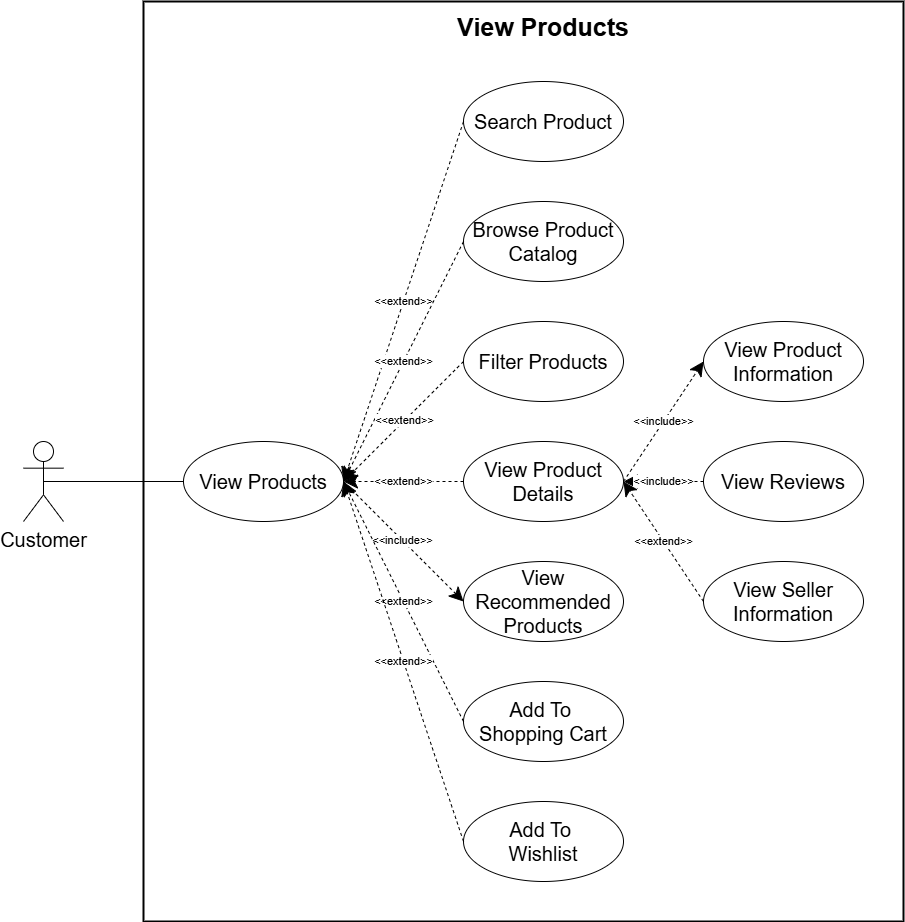
This is docs/usecases/detailed/view_products.drawio.png from Thu-sunrise/cloud_computing, a draw.io export, as it was before one commit. Source tidied: cells renumbered, new cells last; positions are measured from the earlier drawing's top-left corner, leaving out a move shared by most shapes. The source it was exported from:
```xml
<mxGraphModel background="#ffffff">
  <root>
    <mxCell id="0" />
    <mxCell id="1" parent="0" />
    <mxCell id="2" style="rounded=0;whiteSpace=wrap;html=1;strokeWidth=2;" parent="1" vertex="1">
      <mxGeometry x="120" width="760" height="920" as="geometry" />
    </mxCell>
    <mxCell id="3" value="&lt;font&gt;Search Product&lt;/font&gt;" style="ellipse;whiteSpace=wrap;html=1;fontSize=20;" parent="1" vertex="1">
      <mxGeometry x="440" y="80" width="160" height="80" as="geometry" />
    </mxCell>
    <mxCell id="4" value="&lt;font&gt;Browse Product Catalog&lt;/font&gt;" style="ellipse;whiteSpace=wrap;html=1;fontSize=20;" parent="1" vertex="1">
      <mxGeometry x="440" y="200" width="160" height="80" as="geometry" />
    </mxCell>
    <mxCell id="5" value="&lt;font&gt;Filter Products&lt;/font&gt;" style="ellipse;whiteSpace=wrap;html=1;fontSize=20;" parent="1" vertex="1">
      <mxGeometry x="440" y="320" width="160" height="80" as="geometry" />
    </mxCell>
    <mxCell id="6" value="&lt;font&gt;View Product Details&lt;/font&gt;" style="ellipse;whiteSpace=wrap;html=1;fontSize=20;" parent="1" vertex="1">
      <mxGeometry x="440" y="440" width="160" height="80" as="geometry" />
    </mxCell>
    <mxCell id="7" value="&lt;font&gt;View Recommended Products&lt;/font&gt;" style="ellipse;whiteSpace=wrap;html=1;fontSize=20;" parent="1" vertex="1">
      <mxGeometry x="440" y="560" width="160" height="80" as="geometry" />
    </mxCell>
    <mxCell id="8" value="&lt;font&gt;View Reviews&lt;/font&gt;" style="ellipse;whiteSpace=wrap;html=1;fontSize=20;" parent="1" vertex="1">
      <mxGeometry x="680" y="440" width="160" height="80" as="geometry" />
    </mxCell>
    <mxCell id="9" value="&lt;font&gt;View Seller Information&lt;/font&gt;" style="ellipse;whiteSpace=wrap;html=1;fontSize=20;" parent="1" vertex="1">
      <mxGeometry x="680" y="560" width="160" height="80" as="geometry" />
    </mxCell>
    <mxCell id="10" value="&lt;span&gt;Add To&amp;nbsp;&lt;/span&gt;&lt;div&gt;&lt;span&gt;Shopping Cart&lt;/span&gt;&lt;/div&gt;" style="ellipse;whiteSpace=wrap;html=1;fontSize=20;" parent="1" vertex="1">
      <mxGeometry x="440" y="680" width="160" height="80" as="geometry" />
    </mxCell>
    <mxCell id="11" style="rounded=0;jettySize=auto;html=1;exitX=0.5;exitY=0.5;exitDx=0;exitDy=0;exitPerimeter=0;entryX=0;entryY=0.5;entryDx=0;entryDy=0;endArrow=none;endFill=0;" parent="1" edge="1" source="12" target="13">
      <mxGeometry relative="1" as="geometry" />
    </mxCell>
    <mxCell id="12" value="&lt;font style=&quot;font-size: 20px;&quot;&gt;Customer&lt;/font&gt;" style="shape=umlActor;verticalLabelPosition=bottom;verticalAlign=top;html=1;" parent="1" vertex="1">
      <mxGeometry y="440" width="40" height="80" as="geometry" />
    </mxCell>
    <mxCell id="13" value="&lt;font&gt;View Products&lt;/font&gt;" style="ellipse;whiteSpace=wrap;html=1;fontSize=20;" parent="1" vertex="1">
      <mxGeometry x="160" y="440" width="160" height="80" as="geometry" />
    </mxCell>
    <mxCell id="14" value="&amp;lt;&amp;lt;include&amp;gt;&amp;gt;" style="endArrow=classic;endSize=12;dashed=1;html=1;rounded=0;entryX=1;entryY=0.5;entryDx=0;entryDy=0;endFill=1;exitX=0;exitY=0.5;exitDx=0;exitDy=0;" parent="1" edge="1" source="8" target="6">
      <mxGeometry relative="1" as="geometry" />
    </mxCell>
    <mxCell id="15" value="&amp;lt;&amp;lt;extend&amp;gt;&amp;gt;" style="endArrow=classic;endSize=12;dashed=1;html=1;rounded=0;exitX=0;exitY=0.5;exitDx=0;exitDy=0;entryX=1;entryY=0.5;entryDx=0;entryDy=0;endFill=1;" parent="1" edge="1" source="9" target="6">
      <mxGeometry relative="1" as="geometry" />
    </mxCell>
    <mxCell id="16" value="&amp;lt;&amp;lt;extend&amp;gt;&amp;gt;" style="endArrow=classic;endSize=12;dashed=1;html=1;rounded=0;exitX=0;exitY=0.5;exitDx=0;exitDy=0;entryX=1;entryY=0.5;entryDx=0;entryDy=0;endFill=1;" parent="1" edge="1" source="3" target="13">
      <mxGeometry relative="1" as="geometry" />
    </mxCell>
    <mxCell id="17" value="&amp;lt;&amp;lt;extend&amp;gt;&amp;gt;" style="endArrow=classic;endSize=12;dashed=1;html=1;rounded=0;exitX=0;exitY=0.5;exitDx=0;exitDy=0;entryX=1;entryY=0.5;entryDx=0;entryDy=0;endFill=1;" parent="1" edge="1" source="4" target="13">
      <mxGeometry relative="1" as="geometry" />
    </mxCell>
    <mxCell id="18" value="&amp;lt;&amp;lt;extend&amp;gt;&amp;gt;" style="endArrow=classic;endSize=12;dashed=1;html=1;rounded=0;exitX=0;exitY=0.5;exitDx=0;exitDy=0;entryX=1;entryY=0.5;entryDx=0;entryDy=0;endFill=1;" parent="1" edge="1" source="5" target="13">
      <mxGeometry relative="1" as="geometry" />
    </mxCell>
    <mxCell id="19" value="&amp;lt;&amp;lt;extend&amp;gt;&amp;gt;" style="endArrow=classic;endSize=12;dashed=1;html=1;rounded=0;exitX=0;exitY=0.5;exitDx=0;exitDy=0;entryX=1;entryY=0.5;entryDx=0;entryDy=0;endFill=1;" parent="1" edge="1" source="6" target="13">
      <mxGeometry relative="1" as="geometry" />
    </mxCell>
    <mxCell id="20" value="&amp;lt;&amp;lt;include&amp;gt;&amp;gt;" style="endArrow=classic;endSize=12;dashed=1;html=1;rounded=0;exitX=1;exitY=0.5;exitDx=0;exitDy=0;entryX=0;entryY=0.5;entryDx=0;entryDy=0;endFill=1;" parent="1" edge="1" source="13" target="7">
      <mxGeometry relative="1" as="geometry" />
    </mxCell>
    <mxCell id="21" value="&amp;lt;&amp;lt;extend&amp;gt;&amp;gt;" style="endArrow=classic;endSize=12;dashed=1;html=1;rounded=0;exitX=0;exitY=0.5;exitDx=0;exitDy=0;entryX=1;entryY=0.5;entryDx=0;entryDy=0;endFill=1;" parent="1" edge="1" source="10" target="13">
      <mxGeometry relative="1" as="geometry" />
    </mxCell>
    <mxCell id="22" value="&lt;span&gt;View Product Information&lt;/span&gt;" style="ellipse;whiteSpace=wrap;html=1;fontSize=20;" parent="1" vertex="1">
      <mxGeometry x="680" y="320" width="160" height="80" as="geometry" />
    </mxCell>
    <mxCell id="23" value="&amp;lt;&amp;lt;include&amp;gt;&amp;gt;" style="endArrow=classic;endSize=12;dashed=1;html=1;rounded=0;exitX=1;exitY=0.5;exitDx=0;exitDy=0;entryX=0;entryY=0.5;entryDx=0;entryDy=0;endFill=1;" parent="1" edge="1" source="6" target="22">
      <mxGeometry relative="1" as="geometry" />
    </mxCell>
    <mxCell id="24" value="&lt;span&gt;Add To&amp;nbsp;&lt;/span&gt;&lt;div&gt;&lt;span&gt;Wishlist&lt;/span&gt;&lt;/div&gt;" style="ellipse;whiteSpace=wrap;html=1;fontSize=20;" parent="1" vertex="1">
      <mxGeometry x="440" y="800" width="160" height="80" as="geometry" />
    </mxCell>
    <mxCell id="25" value="&amp;lt;&amp;lt;extend&amp;gt;&amp;gt;" style="endArrow=classic;endSize=12;dashed=1;html=1;rounded=0;exitX=0;exitY=0.5;exitDx=0;exitDy=0;entryX=1;entryY=0.5;entryDx=0;entryDy=0;endFill=1;" parent="1" edge="1" source="24" target="13">
      <mxGeometry relative="1" as="geometry" />
    </mxCell>
    <mxCell id="26" value="&lt;font style=&quot;font-size: 25px;&quot;&gt;View Products&lt;/font&gt;" style="text;html=1;align=center;verticalAlign=middle;whiteSpace=wrap;rounded=0;fontStyle=1;" parent="1" vertex="1">
      <mxGeometry x="340" y="10" width="360" height="30" as="geometry" />
    </mxCell>
  </root>
</mxGraphModel>
```
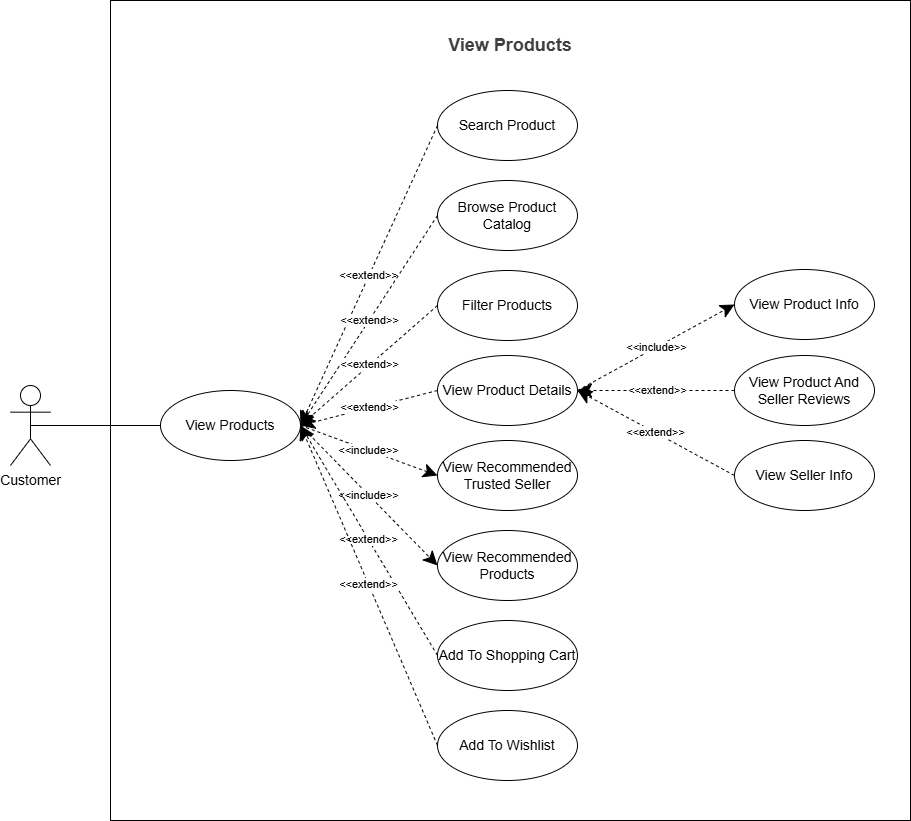
Above is the later version.

Commit message:
Manage Account use case and View Products use case update

The edit, as a diff of the source:
```diff
@@ -2,80 +2,88 @@
   <root>
     <mxCell id="0" />
     <mxCell id="1" parent="0" />
-    <mxCell id="2" style="rounded=0;whiteSpace=wrap;html=1;strokeWidth=2;" parent="1" vertex="1">
-      <mxGeometry x="120" width="760" height="920" as="geometry" />
-    </mxCell>
+    <mxCell id="26" style="rounded=0;whiteSpace=wrap;html=1;" parent="1" vertex="1">
+      <mxGeometry x="986" y="8" width="800" height="820" as="geometry" />
+    </mxCell>
-    <mxCell id="3" value="&lt;font&gt;Search Product&lt;/font&gt;" style="ellipse;whiteSpace=wrap;html=1;fontSize=20;" parent="1" vertex="1">
-      <mxGeometry x="440" y="80" width="160" height="80" as="geometry" />
+    <mxCell id="3" value="&lt;font style=&quot;font-size: 14px;&quot;&gt;Search Product&lt;/font&gt;" style="ellipse;whiteSpace=wrap;html=1;" parent="1" vertex="1">
+      <mxGeometry x="1313" y="98" width="140" height="70" as="geometry" />
     </mxCell>
-    <mxCell id="4" value="&lt;font&gt;Browse Product Catalog&lt;/font&gt;" style="ellipse;whiteSpace=wrap;html=1;fontSize=20;" parent="1" vertex="1">
-      <mxGeometry x="440" y="200" width="160" height="80" as="geometry" />
+    <mxCell id="4" value="&lt;font style=&quot;font-size: 14px;&quot;&gt;Browse Product Catalog&lt;/font&gt;" style="ellipse;whiteSpace=wrap;html=1;" parent="1" vertex="1">
+      <mxGeometry x="1313" y="188" width="140" height="70" as="geometry" />
     </mxCell>
-    <mxCell id="5" value="&lt;font&gt;Filter Products&lt;/font&gt;" style="ellipse;whiteSpace=wrap;html=1;fontSize=20;" parent="1" vertex="1">
-      <mxGeometry x="440" y="320" width="160" height="80" as="geometry" />
+    <mxCell id="5" value="&lt;font style=&quot;font-size: 14px;&quot;&gt;Filter Products&lt;/font&gt;" style="ellipse;whiteSpace=wrap;html=1;" parent="1" vertex="1">
+      <mxGeometry x="1313" y="278" width="140" height="70" as="geometry" />
     </mxCell>
-    <mxCell id="6" value="&lt;font&gt;View Product Details&lt;/font&gt;" style="ellipse;whiteSpace=wrap;html=1;fontSize=20;" parent="1" vertex="1">
-      <mxGeometry x="440" y="440" width="160" height="80" as="geometry" />
+    <mxCell id="6" value="&lt;font style=&quot;font-size: 14px;&quot;&gt;View Product Details&lt;/font&gt;" style="ellipse;whiteSpace=wrap;html=1;" parent="1" vertex="1">
+      <mxGeometry x="1313" y="363" width="140" height="70" as="geometry" />
     </mxCell>
-    <mxCell id="7" value="&lt;font&gt;View Recommended Products&lt;/font&gt;" style="ellipse;whiteSpace=wrap;html=1;fontSize=20;" parent="1" vertex="1">
-      <mxGeometry x="440" y="560" width="160" height="80" as="geometry" />
+    <mxCell id="7" value="&lt;font style=&quot;font-size: 14px;&quot;&gt;View Recommended Products&lt;/font&gt;" style="ellipse;whiteSpace=wrap;html=1;" parent="1" vertex="1">
+      <mxGeometry x="1313" y="538" width="140" height="70" as="geometry" />
     </mxCell>
-    <mxCell id="8" value="&lt;font&gt;View Reviews&lt;/font&gt;" style="ellipse;whiteSpace=wrap;html=1;fontSize=20;" parent="1" vertex="1">
-      <mxGeometry x="680" y="440" width="160" height="80" as="geometry" />
-    </mxCell>
-    <mxCell id="9" value="&lt;font&gt;View Seller Information&lt;/font&gt;" style="ellipse;whiteSpace=wrap;html=1;fontSize=20;" parent="1" vertex="1">
-      <mxGeometry x="680" y="560" width="160" height="80" as="geometry" />
-    </mxCell>
+    <mxCell id="27" value="&lt;font style=&quot;font-size: 14px;&quot;&gt;View Product And Seller Reviews&lt;/font&gt;" style="ellipse;whiteSpace=wrap;html=1;" parent="1" vertex="1">
+      <mxGeometry x="1610" y="363" width="140" height="70" as="geometry" />
+    </mxCell>
+    <mxCell id="28" value="&lt;font style=&quot;font-size: 14px;&quot;&gt;View Seller Info&lt;/font&gt;" style="ellipse;whiteSpace=wrap;html=1;" parent="1" vertex="1">
+      <mxGeometry x="1610" y="448" width="140" height="70" as="geometry" />
+    </mxCell>
+    <mxCell id="29" value="&lt;font style=&quot;font-size: 14px;&quot;&gt;View Recommended Trusted Seller&lt;/font&gt;" style="ellipse;whiteSpace=wrap;html=1;" parent="1" vertex="1">
+      <mxGeometry x="1313" y="448" width="140" height="70" as="geometry" />
+    </mxCell>
-    <mxCell id="10" value="&lt;span&gt;Add To&amp;nbsp;&lt;/span&gt;&lt;div&gt;&lt;span&gt;Shopping Cart&lt;/span&gt;&lt;/div&gt;" style="ellipse;whiteSpace=wrap;html=1;fontSize=20;" parent="1" vertex="1">
-      <mxGeometry x="440" y="680" width="160" height="80" as="geometry" />
+    <mxCell id="10" value="&lt;span style=&quot;font-size: 14px;&quot;&gt;Add To Shopping Cart&lt;/span&gt;" style="ellipse;whiteSpace=wrap;html=1;" parent="1" vertex="1">
+      <mxGeometry x="1313" y="628" width="140" height="70" as="geometry" />
     </mxCell>
-    <mxCell id="11" style="rounded=0;jettySize=auto;html=1;exitX=0.5;exitY=0.5;exitDx=0;exitDy=0;exitPerimeter=0;entryX=0;entryY=0.5;entryDx=0;entryDy=0;endArrow=none;endFill=0;" parent="1" edge="1" source="12" target="13">
-      <mxGeometry relative="1" as="geometry" />
-    </mxCell>
+    <mxCell id="30" style="rounded=0;jettySize=auto;html=1;exitX=0.5;exitY=0.5;exitDx=0;exitDy=0;exitPerimeter=0;entryX=0;entryY=0.5;entryDx=0;entryDy=0;endArrow=none;endFill=0;" parent="1" edge="1" source="12" target="31">
+      <mxGeometry relative="1" as="geometry" />
+    </mxCell>
-    <mxCell id="12" value="&lt;font style=&quot;font-size: 20px;&quot;&gt;Customer&lt;/font&gt;" style="shape=umlActor;verticalLabelPosition=bottom;verticalAlign=top;html=1;" parent="1" vertex="1">
-      <mxGeometry y="440" width="40" height="80" as="geometry" />
+    <mxCell id="12" value="&lt;span style=&quot;font-size: 14px;&quot;&gt;Customer&lt;/span&gt;" style="shape=umlActor;verticalLabelPosition=bottom;verticalAlign=top;html=1;" parent="1" vertex="1">
+      <mxGeometry x="886" y="393" width="40" height="80" as="geometry" />
     </mxCell>
-    <mxCell id="13" value="&lt;font&gt;View Products&lt;/font&gt;" style="ellipse;whiteSpace=wrap;html=1;fontSize=20;" parent="1" vertex="1">
-      <mxGeometry x="160" y="440" width="160" height="80" as="geometry" />
-    </mxCell>
-    <mxCell id="14" value="&amp;lt;&amp;lt;include&amp;gt;&amp;gt;" style="endArrow=classic;endSize=12;dashed=1;html=1;rounded=0;entryX=1;entryY=0.5;entryDx=0;entryDy=0;endFill=1;exitX=0;exitY=0.5;exitDx=0;exitDy=0;" parent="1" edge="1" source="8" target="6">
-      <mxGeometry relative="1" as="geometry" />
-    </mxCell>
-    <mxCell id="15" value="&amp;lt;&amp;lt;extend&amp;gt;&amp;gt;" style="endArrow=classic;endSize=12;dashed=1;html=1;rounded=0;exitX=0;exitY=0.5;exitDx=0;exitDy=0;entryX=1;entryY=0.5;entryDx=0;entryDy=0;endFill=1;" parent="1" edge="1" source="9" target="6">
-      <mxGeometry relative="1" as="geometry" />
-    </mxCell>
-    <mxCell id="16" value="&amp;lt;&amp;lt;extend&amp;gt;&amp;gt;" style="endArrow=classic;endSize=12;dashed=1;html=1;rounded=0;exitX=0;exitY=0.5;exitDx=0;exitDy=0;entryX=1;entryY=0.5;entryDx=0;entryDy=0;endFill=1;" parent="1" edge="1" source="3" target="13">
-      <mxGeometry relative="1" as="geometry" />
-    </mxCell>
-    <mxCell id="17" value="&amp;lt;&amp;lt;extend&amp;gt;&amp;gt;" style="endArrow=classic;endSize=12;dashed=1;html=1;rounded=0;exitX=0;exitY=0.5;exitDx=0;exitDy=0;entryX=1;entryY=0.5;entryDx=0;entryDy=0;endFill=1;" parent="1" edge="1" source="4" target="13">
-      <mxGeometry relative="1" as="geometry" />
-    </mxCell>
-    <mxCell id="18" value="&amp;lt;&amp;lt;extend&amp;gt;&amp;gt;" style="endArrow=classic;endSize=12;dashed=1;html=1;rounded=0;exitX=0;exitY=0.5;exitDx=0;exitDy=0;entryX=1;entryY=0.5;entryDx=0;entryDy=0;endFill=1;" parent="1" edge="1" source="5" target="13">
-      <mxGeometry relative="1" as="geometry" />
-    </mxCell>
-    <mxCell id="19" value="&amp;lt;&amp;lt;extend&amp;gt;&amp;gt;" style="endArrow=classic;endSize=12;dashed=1;html=1;rounded=0;exitX=0;exitY=0.5;exitDx=0;exitDy=0;entryX=1;entryY=0.5;entryDx=0;entryDy=0;endFill=1;" parent="1" edge="1" source="6" target="13">
-      <mxGeometry relative="1" as="geometry" />
-    </mxCell>
-    <mxCell id="20" value="&amp;lt;&amp;lt;include&amp;gt;&amp;gt;" style="endArrow=classic;endSize=12;dashed=1;html=1;rounded=0;exitX=1;exitY=0.5;exitDx=0;exitDy=0;entryX=0;entryY=0.5;entryDx=0;entryDy=0;endFill=1;" parent="1" edge="1" source="13" target="7">
-      <mxGeometry relative="1" as="geometry" />
-    </mxCell>
-    <mxCell id="21" value="&amp;lt;&amp;lt;extend&amp;gt;&amp;gt;" style="endArrow=classic;endSize=12;dashed=1;html=1;rounded=0;exitX=0;exitY=0.5;exitDx=0;exitDy=0;entryX=1;entryY=0.5;entryDx=0;entryDy=0;endFill=1;" parent="1" edge="1" source="10" target="13">
-      <mxGeometry relative="1" as="geometry" />
-    </mxCell>
-    <mxCell id="22" value="&lt;span&gt;View Product Information&lt;/span&gt;" style="ellipse;whiteSpace=wrap;html=1;fontSize=20;" parent="1" vertex="1">
-      <mxGeometry x="680" y="320" width="160" height="80" as="geometry" />
-    </mxCell>
-    <mxCell id="23" value="&amp;lt;&amp;lt;include&amp;gt;&amp;gt;" style="endArrow=classic;endSize=12;dashed=1;html=1;rounded=0;exitX=1;exitY=0.5;exitDx=0;exitDy=0;entryX=0;entryY=0.5;entryDx=0;entryDy=0;endFill=1;" parent="1" edge="1" source="6" target="22">
-      <mxGeometry relative="1" as="geometry" />
-    </mxCell>
+    <mxCell id="31" value="&lt;font style=&quot;font-size: 14px;&quot;&gt;View Products&lt;/font&gt;" style="ellipse;whiteSpace=wrap;html=1;" parent="1" vertex="1">
+      <mxGeometry x="1036" y="398" width="140" height="70" as="geometry" />
+    </mxCell>
+    <mxCell id="32" value="&amp;lt;&amp;lt;extend&amp;gt;&amp;gt;" style="endArrow=classic;endSize=12;dashed=1;html=1;rounded=0;exitX=0;exitY=0.5;exitDx=0;exitDy=0;entryX=1;entryY=0.5;entryDx=0;entryDy=0;endFill=1;" parent="1" edge="1" source="28" target="6">
+      <mxGeometry relative="1" as="geometry" />
+    </mxCell>
+    <mxCell id="33" value="&amp;lt;&amp;lt;extend&amp;gt;&amp;gt;" style="endArrow=classic;endSize=12;dashed=1;html=1;rounded=0;exitX=0;exitY=0.5;exitDx=0;exitDy=0;endFill=1;" parent="1" edge="1" source="3">
+      <mxGeometry relative="1" as="geometry">
+        <mxPoint x="1176" y="433" as="targetPoint" />
+      </mxGeometry>
+    </mxCell>
+    <mxCell id="34" value="&amp;lt;&amp;lt;extend&amp;gt;&amp;gt;" style="endArrow=classic;endSize=12;dashed=1;html=1;rounded=0;exitX=0;exitY=0.5;exitDx=0;exitDy=0;entryX=1;entryY=0.5;entryDx=0;entryDy=0;endFill=1;" parent="1" edge="1" source="4" target="31">
+      <mxGeometry relative="1" as="geometry" />
+    </mxCell>
+    <mxCell id="35" value="&amp;lt;&amp;lt;extend&amp;gt;&amp;gt;" style="endArrow=classic;endSize=12;dashed=1;html=1;rounded=0;exitX=0;exitY=0.5;exitDx=0;exitDy=0;entryX=1;entryY=0.5;entryDx=0;entryDy=0;endFill=1;" parent="1" edge="1" source="5" target="31">
+      <mxGeometry relative="1" as="geometry" />
+    </mxCell>
+    <mxCell id="36" value="&amp;lt;&amp;lt;extend&amp;gt;&amp;gt;" style="endArrow=classic;endSize=12;dashed=1;html=1;rounded=0;exitX=0;exitY=0.5;exitDx=0;exitDy=0;entryX=1;entryY=0.5;entryDx=0;entryDy=0;endFill=1;" parent="1" edge="1" source="6" target="31">
+      <mxGeometry relative="1" as="geometry" />
+    </mxCell>
+    <mxCell id="37" value="&amp;lt;&amp;lt;include&amp;gt;&amp;gt;" style="endArrow=classic;endSize=12;dashed=1;html=1;rounded=0;entryX=0;entryY=0.5;entryDx=0;entryDy=0;exitX=1;exitY=0.5;exitDx=0;exitDy=0;endFill=1;" parent="1" edge="1" source="31" target="29">
+      <mxGeometry relative="1" as="geometry" />
+    </mxCell>
+    <mxCell id="38" value="&amp;lt;&amp;lt;include&amp;gt;&amp;gt;" style="endArrow=classic;endSize=12;dashed=1;html=1;rounded=0;exitX=1;exitY=0.5;exitDx=0;exitDy=0;entryX=0;entryY=0.5;entryDx=0;entryDy=0;endFill=1;" parent="1" edge="1" source="31" target="7">
+      <mxGeometry relative="1" as="geometry" />
+    </mxCell>
+    <mxCell id="39" value="&amp;lt;&amp;lt;extend&amp;gt;&amp;gt;" style="endArrow=classic;endSize=12;dashed=1;html=1;rounded=0;exitX=0;exitY=0.5;exitDx=0;exitDy=0;endFill=1;entryX=1;entryY=0.5;entryDx=0;entryDy=0;" parent="1" edge="1" source="10" target="31">
+      <mxGeometry relative="1" as="geometry" />
+    </mxCell>
+    <mxCell id="40" value="&lt;span style=&quot;font-size: 14px;&quot;&gt;View Product Info&lt;/span&gt;" style="ellipse;whiteSpace=wrap;html=1;" parent="1" vertex="1">
+      <mxGeometry x="1610" y="277" width="140" height="70" as="geometry" />
+    </mxCell>
+    <mxCell id="41" value="&amp;lt;&amp;lt;include&amp;gt;&amp;gt;" style="endArrow=classic;endSize=12;dashed=1;html=1;rounded=0;exitX=1;exitY=0.5;exitDx=0;exitDy=0;entryX=0;entryY=0.5;entryDx=0;entryDy=0;endFill=1;" parent="1" edge="1" source="6" target="40">
+      <mxGeometry relative="1" as="geometry" />
+    </mxCell>
-    <mxCell id="24" value="&lt;span&gt;Add To&amp;nbsp;&lt;/span&gt;&lt;div&gt;&lt;span&gt;Wishlist&lt;/span&gt;&lt;/div&gt;" style="ellipse;whiteSpace=wrap;html=1;fontSize=20;" parent="1" vertex="1">
-      <mxGeometry x="440" y="800" width="160" height="80" as="geometry" />
+    <mxCell id="24" value="&lt;span style=&quot;font-size: 14px;&quot;&gt;Add To Wishlist&lt;/span&gt;" style="ellipse;whiteSpace=wrap;html=1;" parent="1" vertex="1">
+      <mxGeometry x="1313" y="718" width="140" height="70" as="geometry" />
     </mxCell>
-    <mxCell id="25" value="&amp;lt;&amp;lt;extend&amp;gt;&amp;gt;" style="endArrow=classic;endSize=12;dashed=1;html=1;rounded=0;exitX=0;exitY=0.5;exitDx=0;exitDy=0;entryX=1;entryY=0.5;entryDx=0;entryDy=0;endFill=1;" parent="1" edge="1" source="24" target="13">
-      <mxGeometry relative="1" as="geometry" />
-    </mxCell>
-    <mxCell id="26" value="&lt;font style=&quot;font-size: 25px;&quot;&gt;View Products&lt;/font&gt;" style="text;html=1;align=center;verticalAlign=middle;whiteSpace=wrap;rounded=0;fontStyle=1;" parent="1" vertex="1">
-      <mxGeometry x="340" y="10" width="360" height="30" as="geometry" />
-    </mxCell>
+    <mxCell id="42" value="&amp;lt;&amp;lt;extend&amp;gt;&amp;gt;" style="endArrow=classic;endSize=12;dashed=1;html=1;rounded=0;exitX=0;exitY=0.5;exitDx=0;exitDy=0;entryX=1;entryY=0.5;entryDx=0;entryDy=0;endFill=1;" parent="1" edge="1" source="24" target="31">
+      <mxGeometry relative="1" as="geometry" />
+    </mxCell>
+    <mxCell id="43" value="&amp;lt;&amp;lt;extend&amp;gt;&amp;gt;" style="endArrow=classic;endSize=12;dashed=1;html=1;rounded=0;exitX=0;exitY=0.5;exitDx=0;exitDy=0;entryX=1;entryY=0.5;entryDx=0;entryDy=0;endFill=1;" parent="1" edge="1" source="27" target="6">
+      <mxGeometry relative="1" as="geometry" />
+    </mxCell>
+    <mxCell id="44" value="&lt;span style=&quot;color: rgb(63, 63, 63);&quot;&gt;&lt;b style=&quot;&quot;&gt;&lt;font style=&quot;font-size: 18px;&quot;&gt;View Products&lt;/font&gt;&lt;/b&gt;&lt;/span&gt;" style="text;html=1;align=center;verticalAlign=middle;whiteSpace=wrap;rounded=0;" parent="1" vertex="1">
+      <mxGeometry x="1296" y="38" width="180" height="30" as="geometry" />
+    </mxCell>
   </root>
 </mxGraphModel>
```
